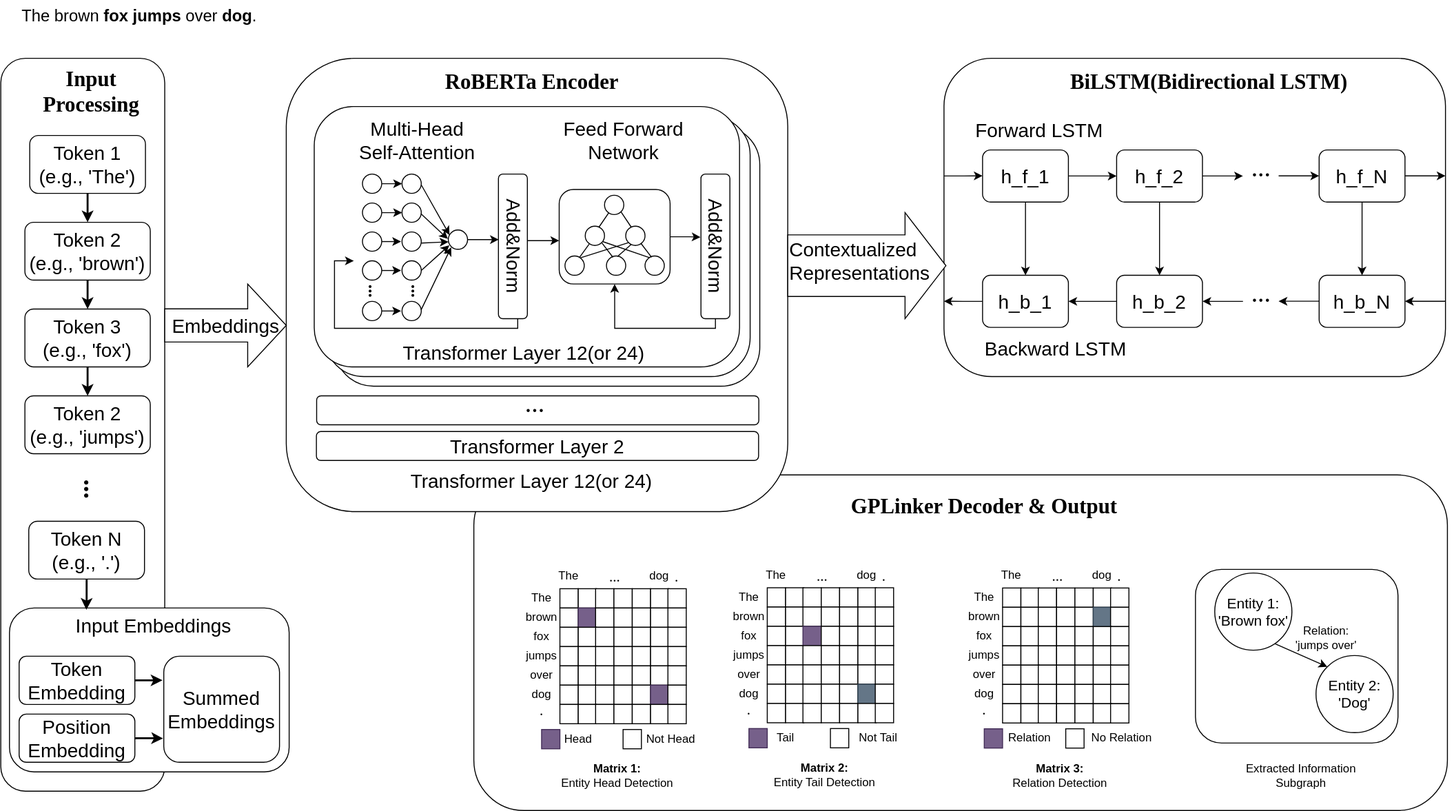
Above: “知识图谱+RAG” 论文RBLGP模型结构图drawio.drawio.svg in handsome-tony/picture (draw.io), before the change. Source tidied: cells renumbered, new cells last; positions are measured from the earlier drawing's top-left corner, leaving out a move shared by most shapes.
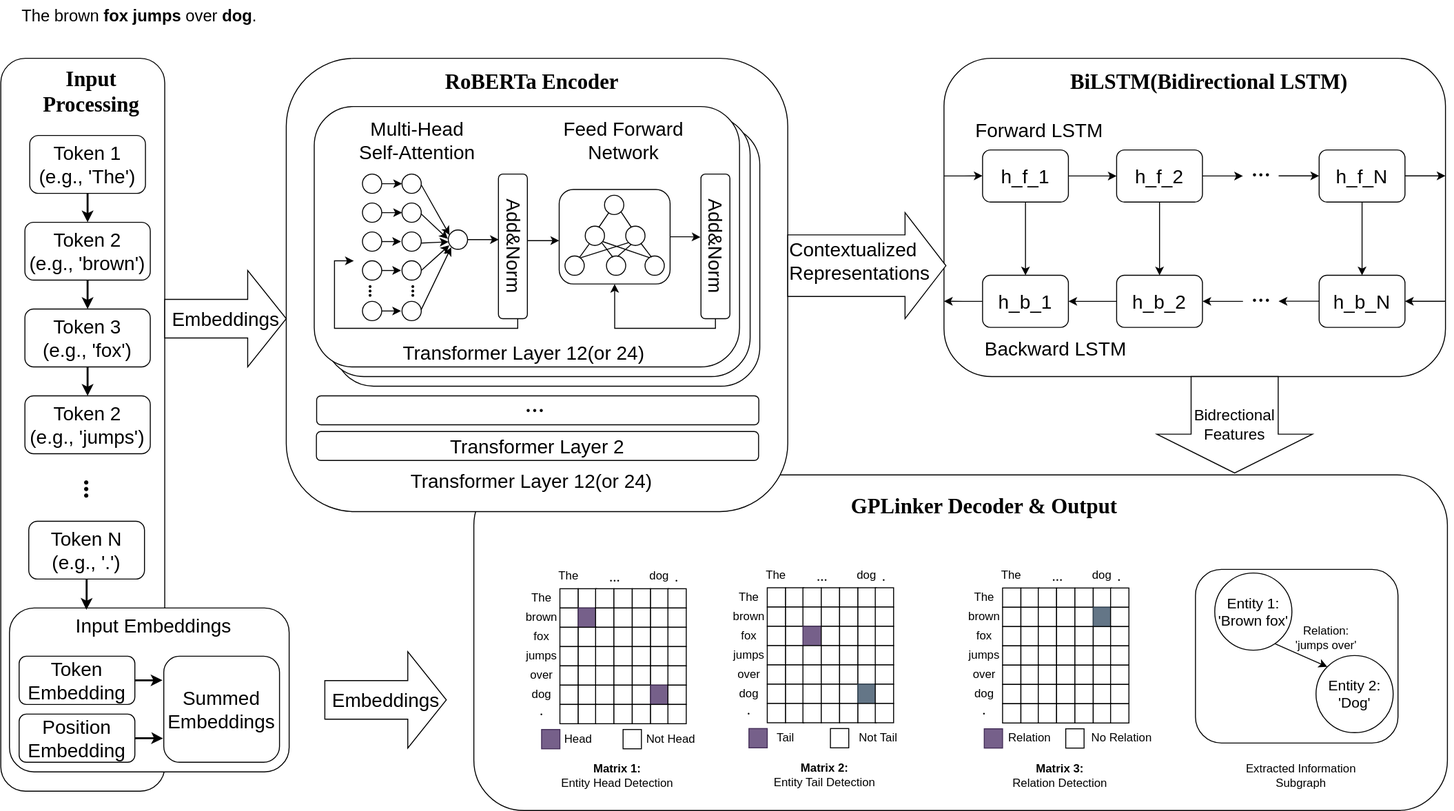
Above is the later version.

Commit message:
更新“知识图谱+RAG” 论文RBLGP模型结构图drawio.drawio.svg

The edit, as a diff of the source:
```diff
@@ -258,7 +258,7 @@
       <mxGeometry x="450.5" y="60" width="200" height="50" as="geometry" />
     </mxCell>
     <mxCell id="82" value="&lt;font style=&quot;font-size: 20px;&quot;&gt;Embeddings&lt;/font&gt;" style="html=1;shadow=0;dashed=0;align=center;verticalAlign=middle;shape=mxgraph.arrows2.arrow;dy=0.6;dx=40;notch=0;" parent="1" vertex="1">
-      <mxGeometry x="170" y="294" width="126" height="86" as="geometry" />
+      <mxGeometry x="170" y="280" width="126" height="100" as="geometry" />
     </mxCell>
     <mxCell id="83" style="edgeStyle=orthogonalEdgeStyle;rounded=0;jettySize=auto;html=1;entryX=0.5;entryY=0;entryDx=0;entryDy=0;" parent="1" edge="1" source="85" target="91">
       <mxGeometry relative="1" as="geometry" />
@@ -970,5 +970,11 @@
     <mxCell id="311" value="&lt;font style=&quot;font-size: 22px;&quot; face=&quot;Times New Roman&quot;&gt;&lt;b style=&quot;&quot;&gt;GPLinker Decoder &amp;amp; Output&lt;/b&gt;&lt;/font&gt;" style="text;html=1;whiteSpace=wrap;strokeColor=none;fillColor=none;align=center;verticalAlign=middle;rounded=0;" parent="1" vertex="1">
       <mxGeometry x="864.8" y="500" width="310" height="50" as="geometry" />
     </mxCell>
+    <mxCell id="312" value="&lt;font style=&quot;font-size: 20px;&quot;&gt;Embeddings&lt;/font&gt;" style="html=1;shadow=0;dashed=0;align=center;verticalAlign=middle;shape=mxgraph.arrows2.arrow;dy=0.6;dx=40;notch=0;" parent="1" vertex="1">
+      <mxGeometry x="336" y="675.2" width="126" height="100" as="geometry" />
+    </mxCell>
+    <mxCell id="313" value="&lt;font style=&quot;font-size: 16px;&quot;&gt;Bidrectional&lt;/font&gt;&lt;div&gt;&lt;font style=&quot;font-size: 16px;&quot;&gt;Features&lt;/font&gt;&lt;/div&gt;" style="html=1;shadow=0;dashed=0;align=center;verticalAlign=middle;shape=mxgraph.arrows2.arrow;dy=0.44;dx=40.26;direction=south;notch=0;" parent="1" vertex="1">
+      <mxGeometry x="1198.8" y="390" width="161.2" height="100" as="geometry" />
+    </mxCell>
   </root>
 </mxGraphModel>
```
